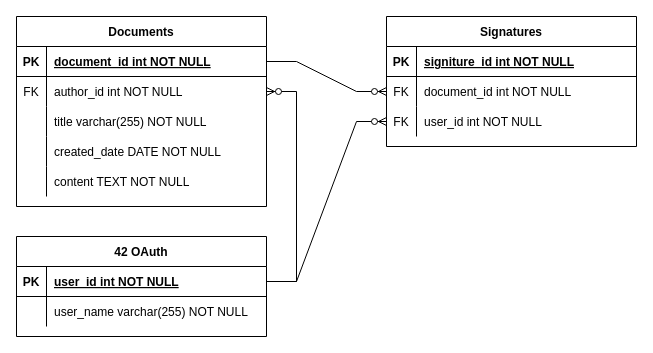
This is erd.drawio from 42SeoulHackthon2023GamFour/Hackthon2023GamFour, a draw.io file, before an edit. Source tidied: cells renumbered, new cells numbered last; positions are measured from the earlier drawing's top-left corner, leaving out a move shared by most shapes. Both pictures are drawn from the tidied source at 100%, with x=0, y=0 at pixel (16, 16).
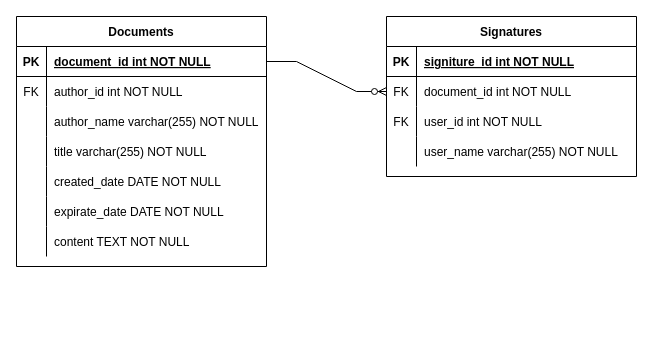
The same page after the edit.

The change refers to these unchanged cells:
```xml
<mxCell id="6" style="shape=partialRectangle;fillColor=none;points=[[0,0.5],[1,0.5]];portConstraint=eastwest;top=0;left=0;right=0;bottom=0;" parent="2" vertex="1">
  <mxGeometry y="60" width="250" height="30" as="geometry" />
</mxCell>
<mxCell id="9" style="shape=partialRectangle;fillColor=none;top=0;left=0;right=0;bottom=0;" parent="2" vertex="1">
  <mxGeometry y="90" width="250" height="30" as="geometry" />
</mxCell>
<mxCell id="12" style="shape=partialRectangle;fillColor=none;top=0;left=0;right=0;bottom=0;" parent="2" vertex="1">
  <mxGeometry y="120" width="250" height="30" as="geometry" />
</mxCell>
<mxCell id="15" style="shape=partialRectangle;fillColor=none;top=0;left=0;right=0;bottom=0;" parent="2" vertex="1">
  <mxGeometry y="150" width="250" height="30" as="geometry" />
</mxCell>
<mxCell id="25" style="shape=partialRectangle;fillColor=none;points=[[0,0.5],[1,0.5]];portConstraint=eastwest;top=0;left=0;right=0;bottom=0;" parent="18" vertex="1">
  <mxGeometry y="90" width="250" height="30" as="geometry" />
</mxCell>
```

What changed in the source:
```diff
@@
     <mxCell id="2" value="Documents" style="shape=table;startSize=30;childLayout=tableLayout;rowLines=0;fontStyle=1;align=center;" parent="1" vertex="1">
-      <mxGeometry width="250" height="190" as="geometry" />
+      <mxGeometry width="250" height="250" as="geometry" />
     </mxCell>
@@
-    <mxCell id="11" value="title varchar(255) NOT NULL" style="shape=partialRectangle;overflow=hidden;fillColor=none;top=0;left=0;bottom=0;right=0;align=left;spacingLeft=6;" parent="9" vertex="1">
+    <mxCell id="11" value="author_name varchar(255) NOT NULL" style="shape=partialRectangle;overflow=hidden;fillColor=none;top=0;left=0;bottom=0;right=0;align=left;spacingLeft=6;" parent="9" vertex="1">
       <mxGeometry x="30" width="220" height="30" as="geometry" />
     </mxCell>
@@
-    <mxCell id="14" value="created_date DATE NOT NULL" style="shape=partialRectangle;overflow=hidden;fillColor=none;top=0;left=0;bottom=0;right=0;align=left;spacingLeft=6;" parent="12" vertex="1">
+    <mxCell id="14" value="title varchar(255) NOT NULL" style="shape=partialRectangle;overflow=hidden;fillColor=none;top=0;left=0;bottom=0;right=0;align=left;spacingLeft=6;" parent="12" vertex="1">
       <mxGeometry x="30" width="220" height="30" as="geometry" />
     </mxCell>
@@
-    <mxCell id="17" value="content TEXT NOT NULL" style="shape=partialRectangle;overflow=hidden;fillColor=none;top=0;left=0;bottom=0;right=0;align=left;spacingLeft=6;" parent="15" vertex="1">
+    <mxCell id="17" value="created_date DATE NOT NULL" style="shape=partialRectangle;overflow=hidden;fillColor=none;top=0;left=0;bottom=0;right=0;align=left;spacingLeft=6;" parent="15" vertex="1">
       <mxGeometry x="30" width="220" height="30" as="geometry" />
     </mxCell>
+    <mxCell id="38" style="shape=partialRectangle;fillColor=none;top=0;left=0;right=0;bottom=0;" parent="2" vertex="1">
+      <mxGeometry y="180" width="250" height="30" as="geometry" />
+    </mxCell>
+    <mxCell id="39" style="shape=partialRectangle;overflow=hidden;fillColor=none;top=0;left=0;bottom=0;right=0;" parent="38" vertex="1">
+      <mxGeometry width="30" height="30" as="geometry" />
+    </mxCell>
+    <mxCell id="40" value="expirate_date DATE NOT NULL" style="shape=partialRectangle;overflow=hidden;fillColor=none;top=0;left=0;bottom=0;right=0;align=left;spacingLeft=6;" parent="38" vertex="1">
+      <mxGeometry x="30" width="220" height="30" as="geometry" />
+    </mxCell>
+    <mxCell id="41" style="shape=partialRectangle;fillColor=none;top=0;left=0;right=0;bottom=0;" parent="2" vertex="1">
+      <mxGeometry y="210" width="250" height="30" as="geometry" />
+    </mxCell>
+    <mxCell id="42" style="shape=partialRectangle;overflow=hidden;fillColor=none;top=0;left=0;bottom=0;right=0;" parent="41" vertex="1">
+      <mxGeometry width="30" height="30" as="geometry" />
+    </mxCell>
+    <mxCell id="43" value="content TEXT NOT NULL" style="shape=partialRectangle;overflow=hidden;fillColor=none;top=0;left=0;bottom=0;right=0;align=left;spacingLeft=6;" parent="41" vertex="1">
+      <mxGeometry x="30" width="220" height="30" as="geometry" />
+    </mxCell>
     <mxCell id="18" value="Signatures" style="shape=table;startSize=30;childLayout=tableLayout;rowLines=0;fontStyle=1;align=center;" parent="1" vertex="1">
-      <mxGeometry x="370" width="250" height="130" as="geometry" />
+      <mxGeometry x="370" width="250" height="160" as="geometry" />
     </mxCell>
@@
+    <mxCell id="44" style="shape=partialRectangle;fillColor=none;top=0;left=0;right=0;bottom=0;" parent="18" vertex="1">
+      <mxGeometry y="120" width="250" height="30" as="geometry" />
+    </mxCell>
+    <mxCell id="45" style="shape=partialRectangle;overflow=hidden;fillColor=none;top=0;left=0;bottom=0;right=0;" parent="44" vertex="1">
+      <mxGeometry width="30" height="30" as="geometry" />
+    </mxCell>
+    <mxCell id="35" value="user_name varchar(255) NOT NULL" style="shape=partialRectangle;overflow=hidden;fillColor=none;top=0;left=0;bottom=0;right=0;align=left;spacingLeft=6;" parent="44" vertex="1">
+      <mxGeometry x="30" width="220" height="30" as="geometry" />
+    </mxCell>
@@
-    <mxCell id="29" value="42 OAuth" style="shape=table;startSize=30;childLayout=tableLayout;rowLines=0;fontStyle=1;align=center;" parent="1" vertex="1">
-      <mxGeometry y="220" width="250" height="100" as="geometry" />
-    </mxCell>
-    <mxCell id="30" style="shape=partialRectangle;fillColor=none;points=[[0,0.5],[1,0.5]];portConstraint=eastwest;top=0;left=0;right=0;bottom=1;" parent="29" vertex="1">
-      <mxGeometry y="30" width="250" height="30" as="geometry" />
-    </mxCell>
-    <mxCell id="31" value="PK" style="shape=partialRectangle;overflow=hidden;fillColor=none;top=0;left=0;bottom=0;right=0;fontStyle=1;" parent="30" vertex="1">
-      <mxGeometry width="30" height="30" as="geometry" />
-    </mxCell>
-    <mxCell id="32" value="user_id int NOT NULL" style="shape=partialRectangle;overflow=hidden;fillColor=none;top=0;left=0;bottom=0;right=0;align=left;spacingLeft=6;fontStyle=5;" parent="30" vertex="1">
-      <mxGeometry x="30" width="220" height="30" as="geometry" />
-    </mxCell>
-    <mxCell id="33" style="shape=partialRectangle;fillColor=none;top=0;left=0;right=0;bottom=0;" parent="29" vertex="1">
-      <mxGeometry y="60" width="250" height="30" as="geometry" />
-    </mxCell>
-    <mxCell id="34" style="shape=partialRectangle;overflow=hidden;fillColor=none;top=0;left=0;bottom=0;right=0;" parent="33" vertex="1">
-      <mxGeometry width="30" height="30" as="geometry" />
-    </mxCell>
-    <mxCell id="35" value="user_name varchar(255) NOT NULL" style="shape=partialRectangle;overflow=hidden;fillColor=none;top=0;left=0;bottom=0;right=0;align=left;spacingLeft=6;" parent="33" vertex="1">
-      <mxGeometry x="30" width="220" height="30" as="geometry" />
-    </mxCell>
-    <mxCell id="36" style="edgeStyle=entityRelationEdgeStyle;fontSize=12;html=1;endArrow=ERzeroToMany;endFill=1;rounded=0;exitX=1;exitY=0.5;exitDx=0;exitDy=0;" parent="1" edge="1" source="30" target="6">
-      <mxGeometry relative="1" as="geometry" />
-    </mxCell>
-    <mxCell id="37" style="edgeStyle=entityRelationEdgeStyle;fontSize=12;html=1;endArrow=ERzeroToMany;endFill=1;rounded=0;exitX=1;exitY=0.5;exitDx=0;exitDy=0;entryX=0;entryY=0.5;entryDx=0;entryDy=0;" parent="1" edge="1" source="30" target="25">
-      <mxGeometry relative="1" as="geometry" />
-    </mxCell>
```
